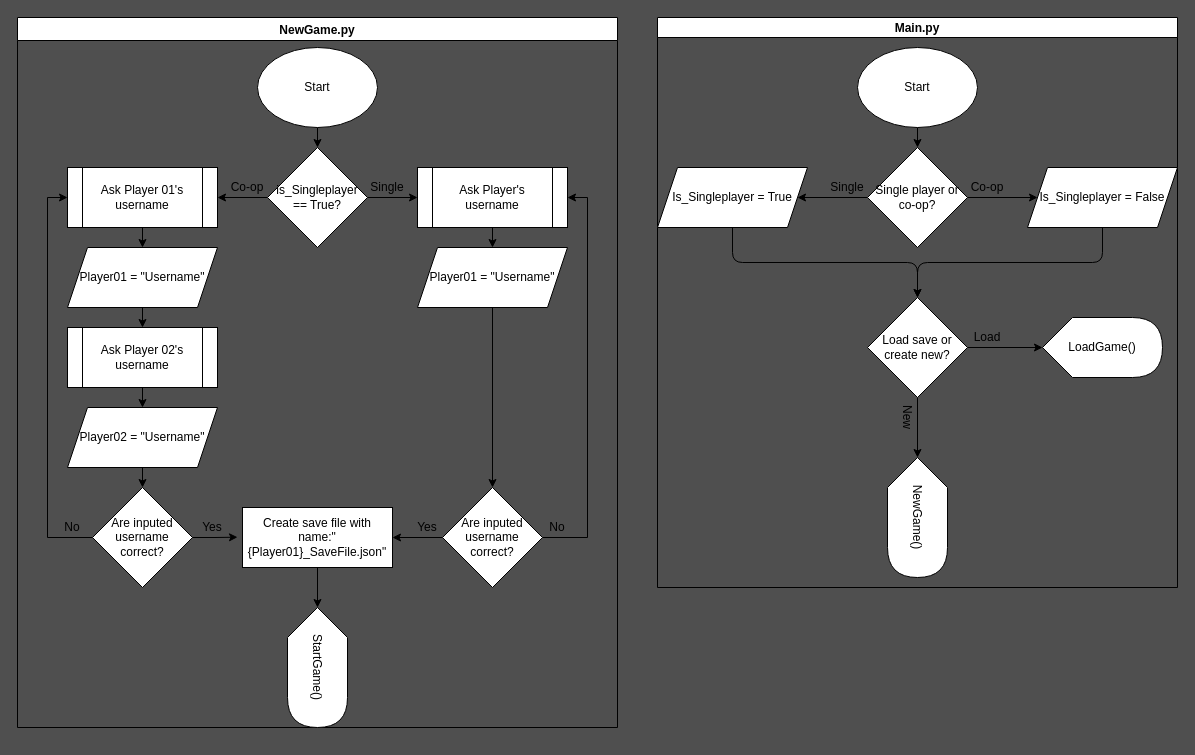
The draw.io diagram Project flowchart.drawio in theFroggie/Text-Based-Game-Py-Project, before the edit. Source tidied: cells renumbered, new cells numbered last; positions are measured from the earlier drawing's top-left corner, leaving out a move shared by most shapes. Both pictures are drawn from the tidied source at 100%, with x=0, y=0 at pixel (17, 17).
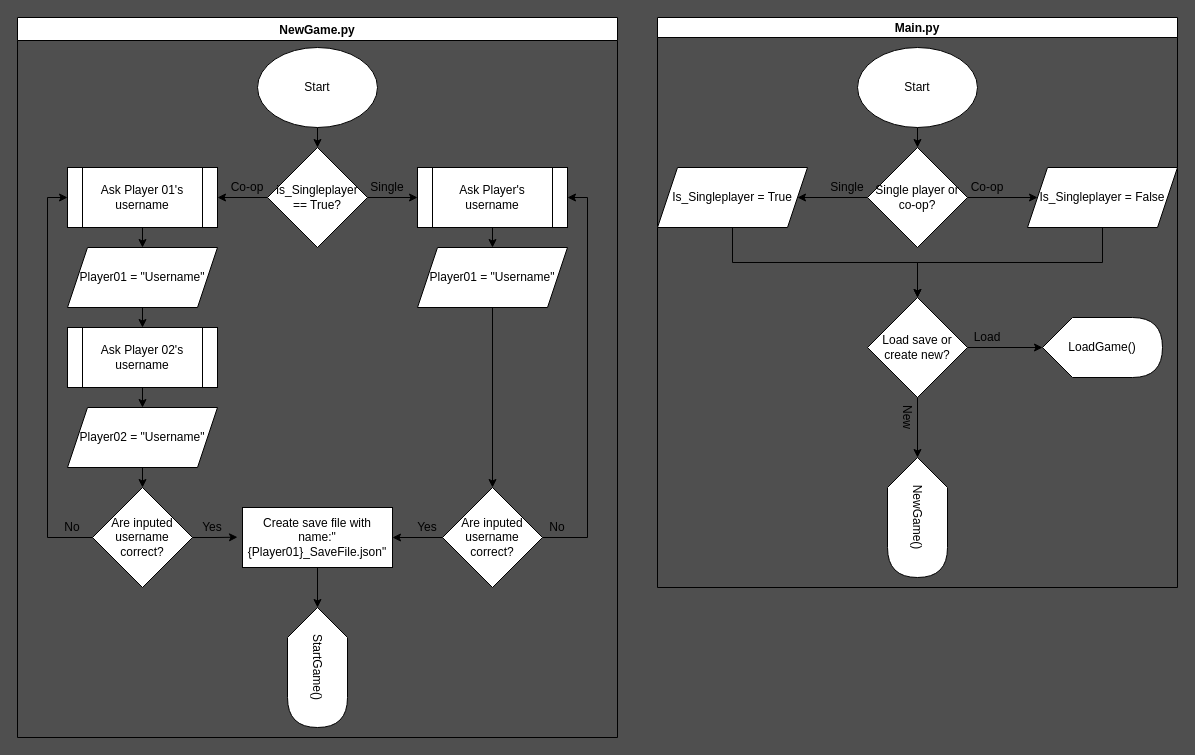
After the change.

The change refers to these unchanged cells:
```xml
<mxCell id="2" value="Main.py" style="swimlane;shadow=0;fillColor=#ffffff;startSize=20;" parent="1" vertex="1">
  <mxGeometry x="640" width="520" height="570" as="geometry" />
</mxCell>
<mxCell id="8" value="Is_Singleplayer = True" style="shape=parallelogram;perimeter=parallelogramPerimeter;whiteSpace=wrap;html=1;fixedSize=1;shadow=0;fillColor=#ffffff;" parent="2" vertex="1">
  <mxGeometry y="150" width="150" height="60" as="geometry" />
</mxCell>
<mxCell id="10" value="Is_Singleplayer = False" style="shape=parallelogram;perimeter=parallelogramPerimeter;whiteSpace=wrap;html=1;fixedSize=1;shadow=0;fillColor=#ffffff;" parent="2" vertex="1">
  <mxGeometry x="370" y="150" width="150" height="60" as="geometry" />
</mxCell>
<mxCell id="13" value="Load save or create new?" style="rhombus;whiteSpace=wrap;html=1;" parent="2" vertex="1">
  <mxGeometry x="210" y="280" width="100" height="100" as="geometry" />
</mxCell>
```

What changed in the source:
```diff
@@
-    <mxCell id="9" style="edgeStyle=orthogonalEdgeStyle;jettySize=auto;html=1;exitX=0.5;exitY=1;exitDx=0;exitDy=0;entryX=0.5;entryY=0;entryDx=0;entryDy=0;" parent="2" edge="1" source="10" target="13">
+    <mxCell id="9" style="edgeStyle=orthogonalEdgeStyle;jettySize=auto;html=1;exitX=0.5;exitY=1;exitDx=0;exitDy=0;entryX=0.5;entryY=0;entryDx=0;entryDy=0;rounded=0;" parent="2" edge="1" source="10" target="13">
       <mxGeometry relative="1" as="geometry" />
     </mxCell>
@@
-    <mxCell id="16" style="edgeStyle=orthogonalEdgeStyle;jettySize=auto;html=1;exitX=0.5;exitY=1;exitDx=0;exitDy=0;entryX=0.5;entryY=0;entryDx=0;entryDy=0;" parent="2" edge="1" source="8" target="13">
+    <mxCell id="16" style="edgeStyle=orthogonalEdgeStyle;jettySize=auto;html=1;exitX=0.5;exitY=1;exitDx=0;exitDy=0;entryX=0.5;entryY=0;entryDx=0;entryDy=0;rounded=0;" parent="2" edge="1" source="8" target="13">
       <mxGeometry relative="1" as="geometry" />
     </mxCell>
@@
     <mxCell id="21" value="NewGame.py" style="swimlane;shadow=0;fillColor=#ffffff;" parent="1" vertex="1">
-      <mxGeometry width="600" height="710" as="geometry" />
+      <mxGeometry width="600" height="720" as="geometry" />
     </mxCell>
```
